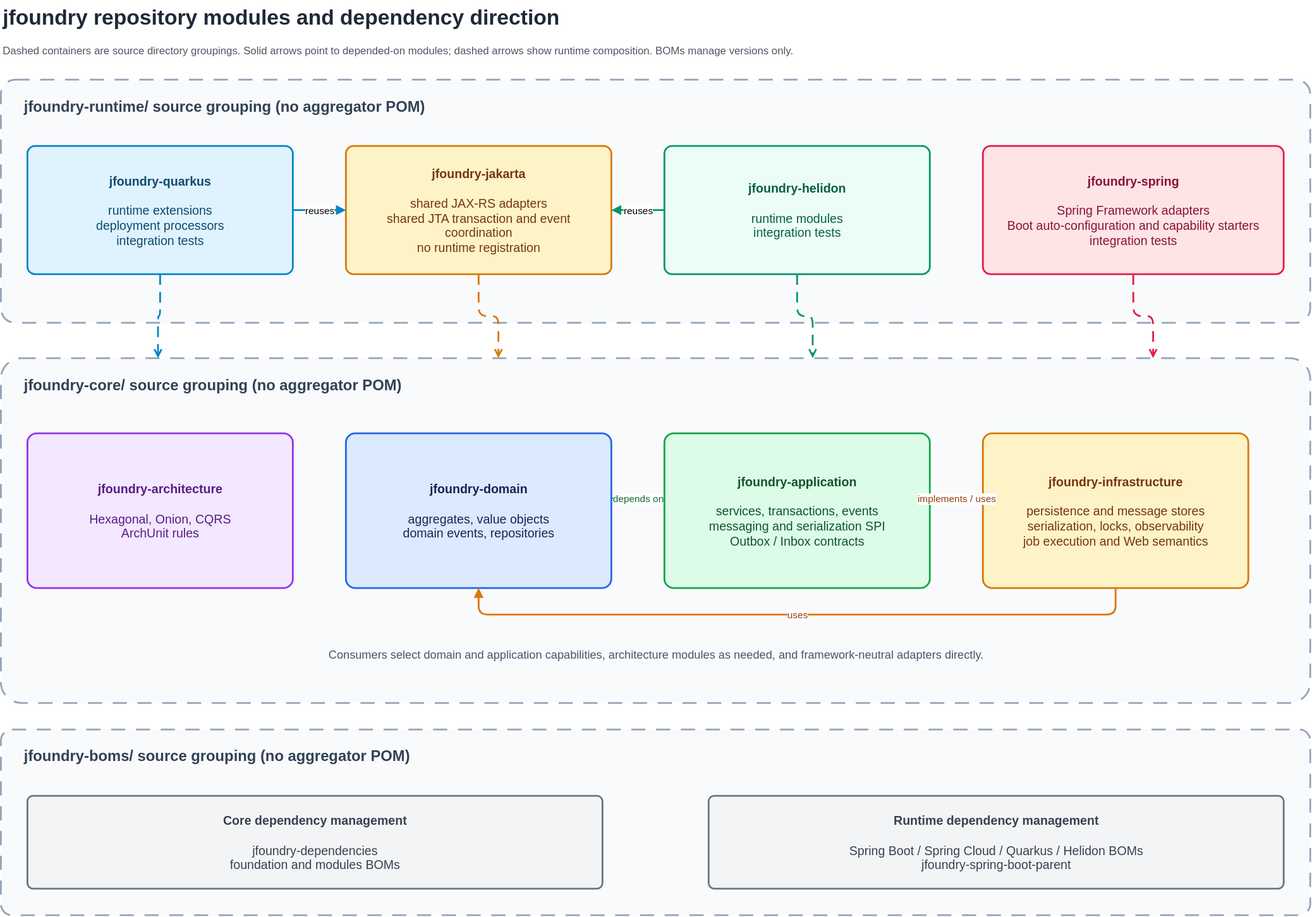
huahill/jfoundry keeps this draw.io diagram as docs/i18n/assets/jfoundry-module-architecture.svg. Above is the earlier version. Source tidied: cells renumbered, new cells last; positions are measured from the earlier drawing's top-left corner, leaving out a move shared by most shapes.
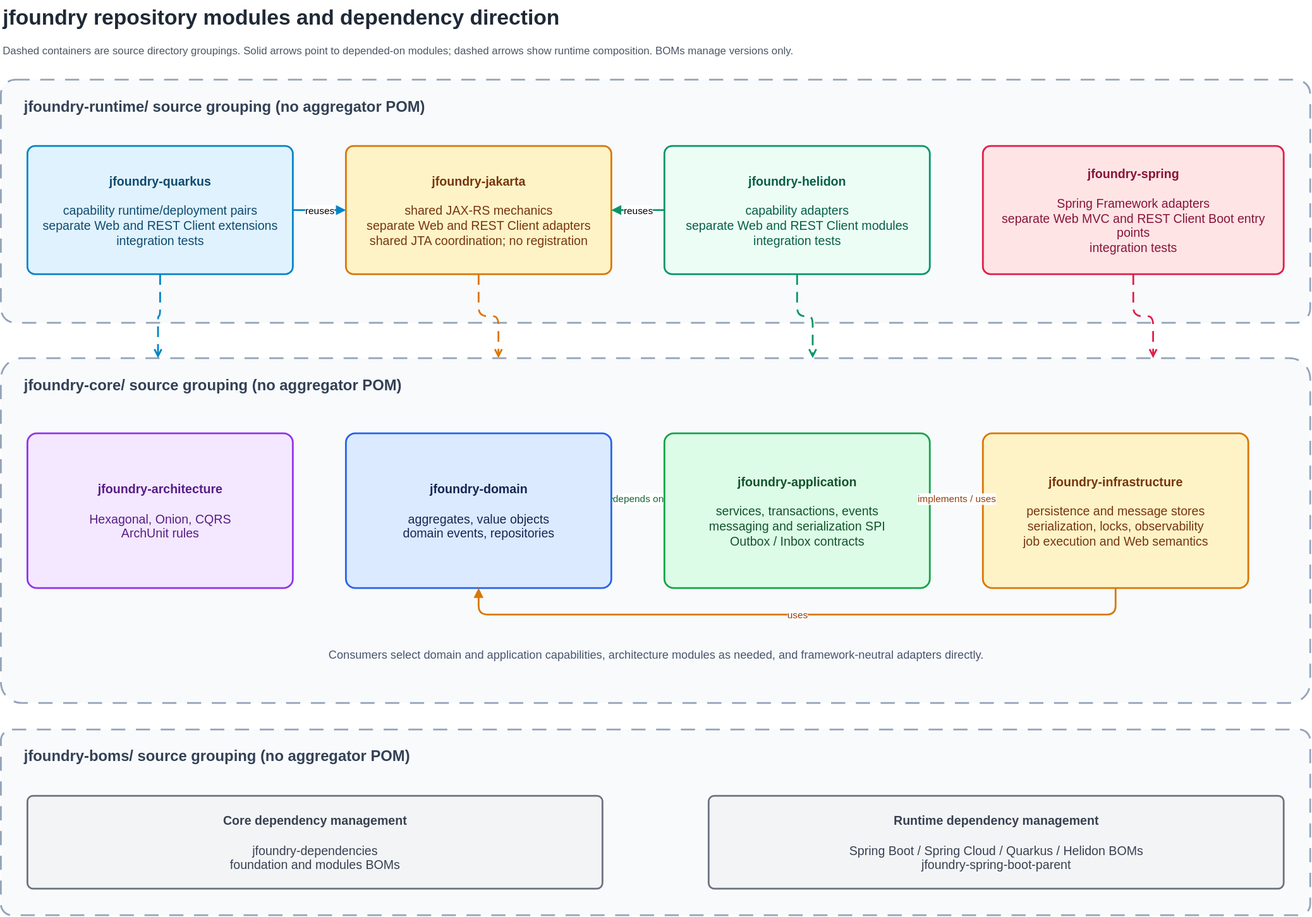
The same file after the commit.

Change to the diagram source:
```diff
@@ -11,16 +11,16 @@
     <mxCell id="4" value="jfoundry-runtime/   source grouping (no aggregator POM)" style="rounded=1;arcSize=6;whiteSpace=wrap;html=1;dashed=1;dashPattern=8 6;strokeWidth=2;fillColor=#F8FAFC;strokeColor=#94A3B8;fontColor=#334155;fontSize=17;fontStyle=1;align=left;verticalAlign=top;spacingTop=14;spacingLeft=24;" parent="1" vertex="1">
       <mxGeometry y="90" width="1480" height="275" as="geometry" />
     </mxCell>
-    <mxCell id="5" value="&lt;b&gt;jfoundry-quarkus&lt;/b&gt;&lt;br&gt;&lt;br&gt;runtime extensions&lt;br&gt;deployment processors&lt;br&gt;integration tests" style="rounded=1;arcSize=6;whiteSpace=wrap;html=1;fillColor=#E0F2FE;strokeColor=#0284C7;strokeWidth=2;fontColor=#0C4A6E;fontSize=14;align=center;verticalAlign=middle;spacing=10;" parent="1" vertex="1">
+    <mxCell id="5" value="&lt;b&gt;jfoundry-quarkus&lt;/b&gt;&lt;br&gt;&lt;br&gt;capability runtime/deployment pairs&lt;br&gt;separate Web and REST Client extensions&lt;br&gt;integration tests" style="rounded=1;arcSize=6;whiteSpace=wrap;html=1;fillColor=#E0F2FE;strokeColor=#0284C7;strokeWidth=2;fontColor=#0C4A6E;fontSize=14;align=center;verticalAlign=middle;spacing=10;" parent="1" vertex="1">
       <mxGeometry x="30" y="165" width="300" height="145" as="geometry" />
     </mxCell>
-    <mxCell id="6" value="&lt;b&gt;jfoundry-jakarta&lt;/b&gt;&lt;br&gt;&lt;br&gt;shared JAX-RS adapters&lt;br&gt;shared JTA transaction and event coordination&lt;br&gt;no runtime registration" style="rounded=1;arcSize=6;whiteSpace=wrap;html=1;fillColor=#FEF3C7;strokeColor=#D97706;strokeWidth=2;fontColor=#78350F;fontSize=14;align=center;verticalAlign=middle;spacing=10;" parent="1" vertex="1">
+    <mxCell id="6" value="&lt;b&gt;jfoundry-jakarta&lt;/b&gt;&lt;br&gt;&lt;br&gt;shared JAX-RS mechanics&lt;br&gt;separate Web and REST Client adapters&lt;br&gt;shared JTA coordination; no registration" style="rounded=1;arcSize=6;whiteSpace=wrap;html=1;fillColor=#FEF3C7;strokeColor=#D97706;strokeWidth=2;fontColor=#78350F;fontSize=14;align=center;verticalAlign=middle;spacing=10;" parent="1" vertex="1">
       <mxGeometry x="390" y="165" width="300" height="145" as="geometry" />
     </mxCell>
-    <mxCell id="7" value="&lt;b&gt;jfoundry-helidon&lt;/b&gt;&lt;br&gt;&lt;br&gt;runtime modules&lt;br&gt;integration tests" style="rounded=1;arcSize=6;whiteSpace=wrap;html=1;fillColor=#ECFDF5;strokeColor=#059669;strokeWidth=2;fontColor=#065F46;fontSize=14;align=center;verticalAlign=middle;spacing=10;" parent="1" vertex="1">
+    <mxCell id="7" value="&lt;b&gt;jfoundry-helidon&lt;/b&gt;&lt;br&gt;&lt;br&gt;capability adapters&lt;br&gt;separate Web and REST Client modules&lt;br&gt;integration tests" style="rounded=1;arcSize=6;whiteSpace=wrap;html=1;fillColor=#ECFDF5;strokeColor=#059669;strokeWidth=2;fontColor=#065F46;fontSize=14;align=center;verticalAlign=middle;spacing=10;" parent="1" vertex="1">
       <mxGeometry x="750" y="165" width="300" height="145" as="geometry" />
     </mxCell>
-    <mxCell id="8" value="&lt;b&gt;jfoundry-spring&lt;/b&gt;&lt;br&gt;&lt;br&gt;Spring Framework adapters&lt;br&gt;Boot auto-configuration and capability starters&lt;br&gt;integration tests" style="rounded=1;arcSize=6;whiteSpace=wrap;html=1;fillColor=#FFE4E6;strokeColor=#E11D48;strokeWidth=2;fontColor=#881337;fontSize=14;align=center;verticalAlign=middle;spacing=10;" parent="1" vertex="1">
+    <mxCell id="8" value="&lt;b&gt;jfoundry-spring&lt;/b&gt;&lt;br&gt;&lt;br&gt;Spring Framework adapters&lt;br&gt;separate Web MVC and REST Client Boot entry points&lt;br&gt;integration tests" style="rounded=1;arcSize=6;whiteSpace=wrap;html=1;fillColor=#FFE4E6;strokeColor=#E11D48;strokeWidth=2;fontColor=#881337;fontSize=14;align=center;verticalAlign=middle;spacing=10;" parent="1" vertex="1">
       <mxGeometry x="1110" y="165" width="340" height="145" as="geometry" />
     </mxCell>
     <mxCell id="9" value="jfoundry-core/   source grouping (no aggregator POM)" style="rounded=1;arcSize=6;whiteSpace=wrap;html=1;dashed=1;dashPattern=8 6;strokeWidth=2;fillColor=#F8FAFC;strokeColor=#94A3B8;fontColor=#334155;fontSize=17;fontStyle=1;align=left;verticalAlign=top;spacingTop=14;spacingLeft=24;" parent="1" vertex="1">
```
